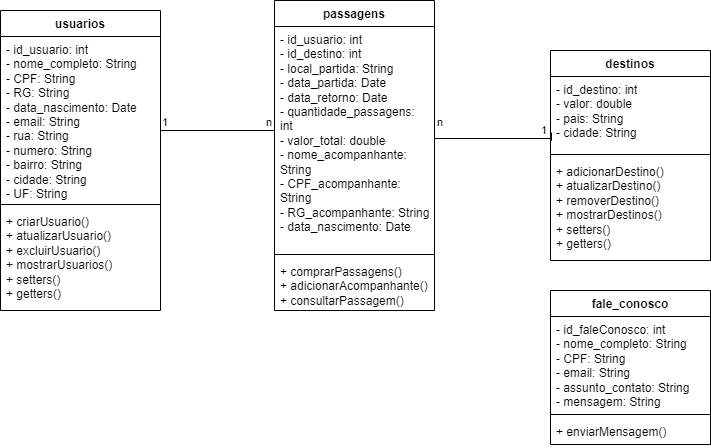
Before: modelagem-de-dados/ModeloUML.PNG, a diagram exported from draw.io (airaarima/Reconecta-Turismo). Source tidied: cells renumbered, new cells last; positions are measured from the earlier drawing's top-left corner, leaving out a move shared by most shapes.
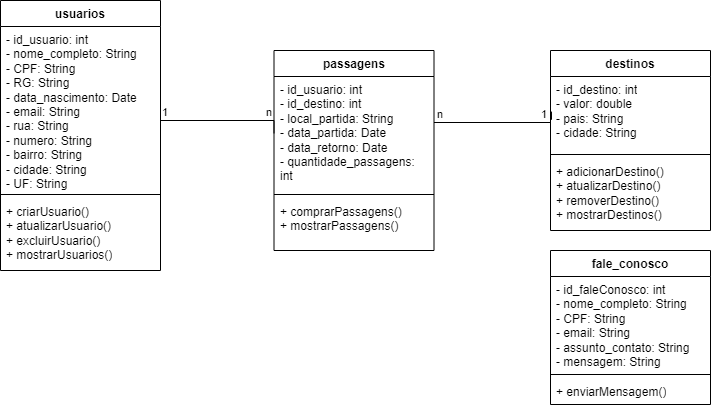
The same diagram one commit later.

What changed in the source:
```diff
@@ -3,7 +3,7 @@
     <mxCell id="0" />
     <mxCell id="1" parent="0" />
     <mxCell id="2" value="usuarios" style="swimlane;fontStyle=1;align=center;verticalAlign=top;horizontal=1;startSize=26;whiteSpace=wrap;html=1;" parent="1" vertex="1">
-      <mxGeometry y="10" width="160" height="300" as="geometry" />
+      <mxGeometry y="10" width="160" height="270" as="geometry" />
     </mxCell>
     <mxCell id="3" value="- id_usuario: int&lt;br&gt;- nome_completo: String&lt;br&gt;- CPF: String&lt;br&gt;- RG: String&lt;br&gt;- data_nascimento: Date&lt;br&gt;- email: String&lt;br&gt;- rua: String&lt;br&gt;- numero: String&lt;br&gt;- bairro: String&lt;br&gt;- cidade: String&lt;br&gt;- UF: String" style="text;strokeColor=none;fillColor=none;align=left;verticalAlign=top;spacingLeft=4;spacingRight=4;overflow=hidden;points=[[0,0.5],[1,0.5]];portConstraint=eastwest;whiteSpace=wrap;html=1;" parent="2" vertex="1">
       <mxGeometry y="26" width="160" height="164" as="geometry" />
@@ -11,23 +11,23 @@
     <mxCell id="4" style="line;strokeWidth=1;fillColor=none;align=left;verticalAlign=middle;spacingTop=-1;spacingLeft=3;spacingRight=3;labelPosition=right;strokeColor=inherit;" parent="2" vertex="1">
       <mxGeometry y="190" width="160" height="8" as="geometry" />
     </mxCell>
-    <mxCell id="5" value="+ criarUsuario()&lt;br&gt;+ atualizarUsuario()&lt;br&gt;+ excluirUsuario()&lt;br&gt;+ mostrarUsuarios()&lt;br&gt;+ setters()&lt;br&gt;+ getters()" style="text;strokeColor=none;fillColor=none;align=left;verticalAlign=top;spacingLeft=4;spacingRight=4;overflow=hidden;whiteSpace=wrap;html=1;" parent="2" vertex="1">
-      <mxGeometry y="198" width="160" height="102" as="geometry" />
+    <mxCell id="5" value="+ criarUsuario()&lt;br&gt;+ atualizarUsuario()&lt;br&gt;+ excluirUsuario()&lt;br&gt;+ mostrarUsuarios()" style="text;strokeColor=none;fillColor=none;align=left;verticalAlign=top;spacingLeft=4;spacingRight=4;overflow=hidden;whiteSpace=wrap;html=1;" parent="2" vertex="1">
+      <mxGeometry y="198" width="160" height="72" as="geometry" />
     </mxCell>
     <mxCell id="6" value="passagens&lt;br&gt;" style="swimlane;fontStyle=1;align=center;verticalAlign=top;horizontal=1;startSize=26;whiteSpace=wrap;html=1;" parent="1" vertex="1">
-      <mxGeometry x="274" width="160" height="310" as="geometry" />
+      <mxGeometry x="273.5" y="60" width="160" height="200" as="geometry" />
     </mxCell>
-    <mxCell id="7" value="- id_usuario: int&lt;br&gt;- id_destino: int&lt;br&gt;- local_partida: String&lt;br&gt;- data_partida: Date&lt;br&gt;- data_retorno: Date&lt;br&gt;- quantidade_passagens: int&lt;br&gt;- valor_total: double&lt;br&gt;- nome_acompanhante: String&lt;br&gt;- CPF_acompanhante: String&lt;br&gt;- RG_acompanhante: String&lt;br&gt;- data_nascimento: Date" style="text;strokeColor=none;fillColor=none;align=left;verticalAlign=top;spacingLeft=4;spacingRight=4;overflow=hidden;points=[[0,0.5],[1,0.5]];portConstraint=eastwest;whiteSpace=wrap;html=1;" parent="6" vertex="1">
-      <mxGeometry y="26" width="160" height="224" as="geometry" />
+    <mxCell id="7" value="- id_usuario: int&lt;br&gt;- id_destino: int&lt;br&gt;- local_partida: String&lt;br&gt;- data_partida: Date&lt;br&gt;- data_retorno: Date&lt;br&gt;- quantidade_passagens: int" style="text;strokeColor=none;fillColor=none;align=left;verticalAlign=top;spacingLeft=4;spacingRight=4;overflow=hidden;points=[[0,0.5],[1,0.5]];portConstraint=eastwest;whiteSpace=wrap;html=1;" parent="6" vertex="1">
+      <mxGeometry y="26" width="160" height="114" as="geometry" />
     </mxCell>
     <mxCell id="8" style="line;strokeWidth=1;fillColor=none;align=left;verticalAlign=middle;spacingTop=-1;spacingLeft=3;spacingRight=3;labelPosition=right;strokeColor=inherit;" parent="6" vertex="1">
-      <mxGeometry y="250" width="160" height="8" as="geometry" />
+      <mxGeometry y="140" width="160" height="8" as="geometry" />
     </mxCell>
-    <mxCell id="9" value="+ comprarPassagens()&lt;br&gt;+ adicionarAcompanhante()&lt;br&gt;+ consultarPassagem()" style="text;strokeColor=none;fillColor=none;align=left;verticalAlign=top;spacingLeft=4;spacingRight=4;overflow=hidden;whiteSpace=wrap;html=1;" parent="6" vertex="1">
-      <mxGeometry y="258" width="160" height="52" as="geometry" />
+    <mxCell id="9" value="+ comprarPassagens()&lt;br&gt;+ mostrarPassagens()" style="text;strokeColor=none;fillColor=none;align=left;verticalAlign=top;spacingLeft=4;spacingRight=4;overflow=hidden;whiteSpace=wrap;html=1;" parent="6" vertex="1">
+      <mxGeometry y="148" width="160" height="52" as="geometry" />
     </mxCell>
     <mxCell id="10" value="destinos&lt;br&gt;" style="swimlane;fontStyle=1;align=center;verticalAlign=top;horizontal=1;startSize=26;whiteSpace=wrap;html=1;" parent="1" vertex="1">
-      <mxGeometry x="550" y="50" width="160" height="210" as="geometry" />
+      <mxGeometry x="550" y="60" width="160" height="180" as="geometry" />
     </mxCell>
     <mxCell id="11" value="- id_destino: int&lt;br&gt;- valor: double&lt;br&gt;- pais: String&lt;br&gt;- cidade: String" style="text;strokeColor=none;fillColor=none;align=left;verticalAlign=top;spacingLeft=4;spacingRight=4;overflow=hidden;points=[[0,0.5],[1,0.5]];portConstraint=eastwest;whiteSpace=wrap;html=1;" parent="10" vertex="1">
       <mxGeometry y="26" width="160" height="74" as="geometry" />
@@ -35,11 +35,11 @@
     <mxCell id="12" style="line;strokeWidth=1;fillColor=none;align=left;verticalAlign=middle;spacingTop=-1;spacingLeft=3;spacingRight=3;labelPosition=right;strokeColor=inherit;" parent="10" vertex="1">
       <mxGeometry y="100" width="160" height="8" as="geometry" />
     </mxCell>
-    <mxCell id="13" value="+ adicionarDestino()&lt;br&gt;+ atualizarDestino()&lt;br&gt;+ removerDestino()&lt;br&gt;+ mostrarDestinos()&lt;br&gt;+ setters()&lt;br&gt;+ getters()" style="text;strokeColor=none;fillColor=none;align=left;verticalAlign=top;spacingLeft=4;spacingRight=4;overflow=hidden;whiteSpace=wrap;html=1;" parent="10" vertex="1">
-      <mxGeometry y="108" width="160" height="102" as="geometry" />
+    <mxCell id="13" value="+ adicionarDestino()&lt;br&gt;+ atualizarDestino()&lt;br&gt;+ removerDestino()&lt;br&gt;+ mostrarDestinos()" style="text;strokeColor=none;fillColor=none;align=left;verticalAlign=top;spacingLeft=4;spacingRight=4;overflow=hidden;whiteSpace=wrap;html=1;" parent="10" vertex="1">
+      <mxGeometry y="108" width="160" height="72" as="geometry" />
     </mxCell>
     <mxCell id="14" value="fale_conosco" style="swimlane;fontStyle=1;align=center;verticalAlign=top;horizontal=1;startSize=26;whiteSpace=wrap;html=1;" parent="1" vertex="1">
-      <mxGeometry x="550" y="290" width="160" height="154" as="geometry" />
+      <mxGeometry x="550" y="260" width="160" height="154" as="geometry" />
     </mxCell>
     <mxCell id="15" value="- id_faleConosco: int&lt;br&gt;- nome_completo: String&lt;br&gt;- CPF: String&lt;br&gt;- email: String&lt;br&gt;- assunto_contato: String&lt;br&gt;- mensagem: String" style="text;strokeColor=none;fillColor=none;align=left;verticalAlign=top;spacingLeft=4;spacingRight=4;overflow=hidden;whiteSpace=wrap;html=1;" parent="14" vertex="1">
       <mxGeometry y="26" width="160" height="94" as="geometry" />
@@ -65,14 +65,17 @@
     </mxCell>
     <mxCell id="20" value="n" style="edgeLabel;html=1;align=right;verticalAlign=bottom;" parent="18" vertex="1">
       <mxGeometry x="1" relative="1" as="geometry">
-        <mxPoint x="-2" y="-8" as="offset" />
+        <mxPoint x="-2" y="-13" as="offset" />
       </mxGeometry>
     </mxCell>
-    <mxCell id="21" style="endArrow=none;html=1;edgeStyle=orthogonalEdgeStyle;rounded=0;exitX=1;exitY=0.5;exitDx=0;exitDy=0;entryX=0.006;entryY=0.758;entryDx=0;entryDy=0;entryPerimeter=0;" parent="1" edge="1" source="7" target="11">
+    <mxCell id="21" style="endArrow=none;html=1;edgeStyle=orthogonalEdgeStyle;rounded=0;exitX=1;exitY=0.5;exitDx=0;exitDy=0;entryX=0.006;entryY=0.758;entryDx=0;entryDy=0;entryPerimeter=0;" parent="1" edge="1">
       <mxGeometry relative="1" as="geometry">
+        <mxPoint x="433.5" y="132" as="sourcePoint" />
+        <mxPoint x="551" y="121.1" as="targetPoint" />
         <Array as="points">
-          <mxPoint x="550" y="138" />
-          <mxPoint x="550" y="140" />
+          <mxPoint x="550" y="132" />
+          <mxPoint x="550" y="129" />
+          <mxPoint x="551" y="129" />
         </Array>
       </mxGeometry>
     </mxCell>
@@ -83,7 +86,7 @@
     </mxCell>
     <mxCell id="23" value="n" style="edgeLabel;html=1;align=right;verticalAlign=bottom;" parent="21" vertex="1">
       <mxGeometry x="1" relative="1" as="geometry">
-        <mxPoint x="-108" y="-2" as="offset" />
+        <mxPoint x="-108" y="10" as="offset" />
       </mxGeometry>
     </mxCell>
   </root>
```
